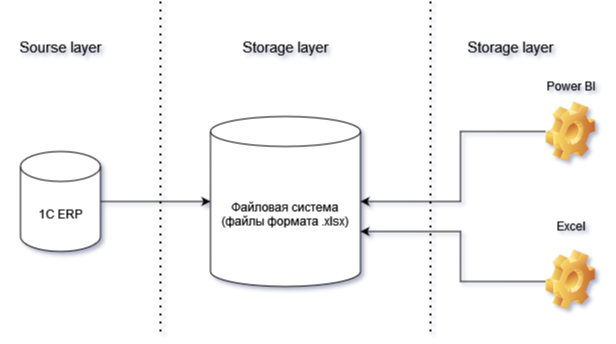
FukaeriUno/DE-101 keeps this draw.io diagram as Module1/Схема.png. Above is the earlier version. Source tidied: cells renumbered, new cells last; positions are measured from the earlier drawing's top-left corner, leaving out a move shared by most shapes. Its diagram source:
```xml
<mxGraphModel background="#ffffff" shadow="1">
  <root>
    <mxCell id="0" />
    <mxCell id="1" parent="0" />
    <mxCell id="2" style="edgeStyle=orthogonalEdgeStyle;rounded=0;jettySize=auto;html=1;" parent="1" edge="1" source="3" target="4">
      <mxGeometry relative="1" as="geometry" />
    </mxCell>
    <mxCell id="3" value="1С ERP" style="shape=cylinder3;whiteSpace=wrap;html=1;boundedLbl=1;backgroundOutline=1;size=15;" parent="1" vertex="1">
      <mxGeometry x="20" y="150" width="80" height="100" as="geometry" />
    </mxCell>
    <mxCell id="4" value="&lt;div&gt;Файловая система&lt;/div&gt;&lt;div&gt;(файлы формата .xlsx)&lt;br&gt;&lt;/div&gt;" style="shape=cylinder3;whiteSpace=wrap;html=1;boundedLbl=1;backgroundOutline=1;size=15;" parent="1" vertex="1">
      <mxGeometry x="210" y="115" width="150" height="170" as="geometry" />
    </mxCell>
    <mxCell id="5" value="&lt;font style=&quot;font-size: 15px;&quot;&gt;Storage layer&lt;/font&gt;" style="text;html=1;strokeColor=none;fillColor=none;align=center;verticalAlign=middle;whiteSpace=wrap;rounded=0;" parent="1" vertex="1">
      <mxGeometry x="450" y="30" width="120" height="30" as="geometry" />
    </mxCell>
    <mxCell id="6" value="&lt;font style=&quot;font-size: 15px;&quot;&gt;Sourse layer&lt;/font&gt;" style="text;html=1;strokeColor=none;fillColor=none;align=center;verticalAlign=middle;whiteSpace=wrap;rounded=0;" parent="1" vertex="1">
      <mxGeometry y="30" width="120" height="30" as="geometry" />
    </mxCell>
    <mxCell id="7" style="edgeStyle=orthogonalEdgeStyle;rounded=0;jettySize=auto;html=1;entryX=1;entryY=0.5;entryDx=0;entryDy=0;entryPerimeter=0;" parent="1" edge="1" source="8" target="4">
      <mxGeometry relative="1" as="geometry">
        <Array as="points">
          <mxPoint x="460" y="130" />
          <mxPoint x="460" y="200" />
        </Array>
      </mxGeometry>
    </mxCell>
    <mxCell id="8" style="shape=image;html=1;verticalLabelPosition=bottom;verticalAlign=top;imageAspect=0;image=img/clipart/Gear_128x128.png;" parent="1" vertex="1">
      <mxGeometry x="545" y="100" width="50" height="60" as="geometry" />
    </mxCell>
    <mxCell id="9" value="&lt;font style=&quot;font-size: 15px;&quot;&gt;Storage layer&lt;/font&gt;" style="text;html=1;strokeColor=none;fillColor=none;align=center;verticalAlign=middle;whiteSpace=wrap;rounded=0;" parent="1" vertex="1">
      <mxGeometry x="225" y="30" width="120" height="30" as="geometry" />
    </mxCell>
    <mxCell id="10" value="Power BI" style="text;html=1;align=center;verticalAlign=middle;strokeColor=none;fillColor=none;" parent="1" vertex="1">
      <mxGeometry x="535" y="70" width="70" height="30" as="geometry" />
    </mxCell>
    <mxCell id="11" style="endArrow=none;dashed=1;html=1;dashPattern=1 3;strokeWidth=2;rounded=0;" parent="1" edge="1">
      <mxGeometry relative="1" as="geometry">
        <mxPoint x="160" y="330" as="sourcePoint" />
        <mxPoint x="160" as="targetPoint" />
      </mxGeometry>
    </mxCell>
    <mxCell id="12" style="endArrow=none;dashed=1;html=1;dashPattern=1 3;strokeWidth=2;rounded=0;" parent="1" edge="1">
      <mxGeometry relative="1" as="geometry">
        <mxPoint x="430" y="330" as="sourcePoint" />
        <mxPoint x="430" as="targetPoint" />
      </mxGeometry>
    </mxCell>
    <mxCell id="13" style="edgeStyle=orthogonalEdgeStyle;rounded=0;orthogonalLoop=1;jettySize=auto;html=1;entryX=1;entryY=0.5;entryDx=0;entryDy=0;entryPerimeter=0;" parent="1" edge="1">
      <mxGeometry relative="1" as="geometry">
        <mxPoint x="545" y="280" as="sourcePoint" />
        <mxPoint x="360" y="230" as="targetPoint" />
        <Array as="points">
          <mxPoint x="545" y="280" />
          <mxPoint x="460" y="280" />
          <mxPoint x="460" y="230" />
        </Array>
      </mxGeometry>
    </mxCell>
    <mxCell id="14" style="shape=image;html=1;verticalLabelPosition=bottom;verticalAlign=top;imageAspect=0;image=img/clipart/Gear_128x128.png;" parent="1" vertex="1">
      <mxGeometry x="545" y="248" width="50" height="60" as="geometry" />
    </mxCell>
    <mxCell id="15" value="Excel" style="text;html=1;align=center;verticalAlign=middle;strokeColor=none;fillColor=none;" parent="1" vertex="1">
      <mxGeometry x="545" y="210" width="50" height="30" as="geometry" />
    </mxCell>
  </root>
</mxGraphModel>
```
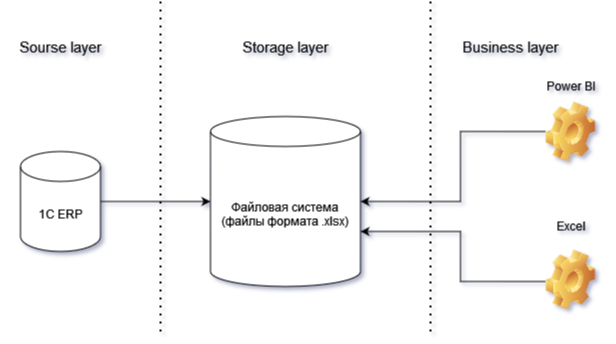
Above is the later version.

Change to the diagram source:
```diff
@@ -11,7 +11,7 @@
     <mxCell id="4" value="&lt;div&gt;Файловая система&lt;/div&gt;&lt;div&gt;(файлы формата .xlsx)&lt;br&gt;&lt;/div&gt;" style="shape=cylinder3;whiteSpace=wrap;html=1;boundedLbl=1;backgroundOutline=1;size=15;" parent="1" vertex="1">
       <mxGeometry x="210" y="115" width="150" height="170" as="geometry" />
     </mxCell>
-    <mxCell id="5" value="&lt;font style=&quot;font-size: 15px;&quot;&gt;Storage layer&lt;/font&gt;" style="text;html=1;strokeColor=none;fillColor=none;align=center;verticalAlign=middle;whiteSpace=wrap;rounded=0;" parent="1" vertex="1">
+    <mxCell id="5" value="&lt;font style=&quot;font-size: 15px;&quot;&gt;Business layer&lt;/font&gt;" style="text;html=1;strokeColor=none;fillColor=none;align=center;verticalAlign=middle;whiteSpace=wrap;rounded=0;" parent="1" vertex="1">
       <mxGeometry x="450" y="30" width="120" height="30" as="geometry" />
     </mxCell>
     <mxCell id="6" value="&lt;font style=&quot;font-size: 15px;&quot;&gt;Sourse layer&lt;/font&gt;" style="text;html=1;strokeColor=none;fillColor=none;align=center;verticalAlign=middle;whiteSpace=wrap;rounded=0;" parent="1" vertex="1">
```
